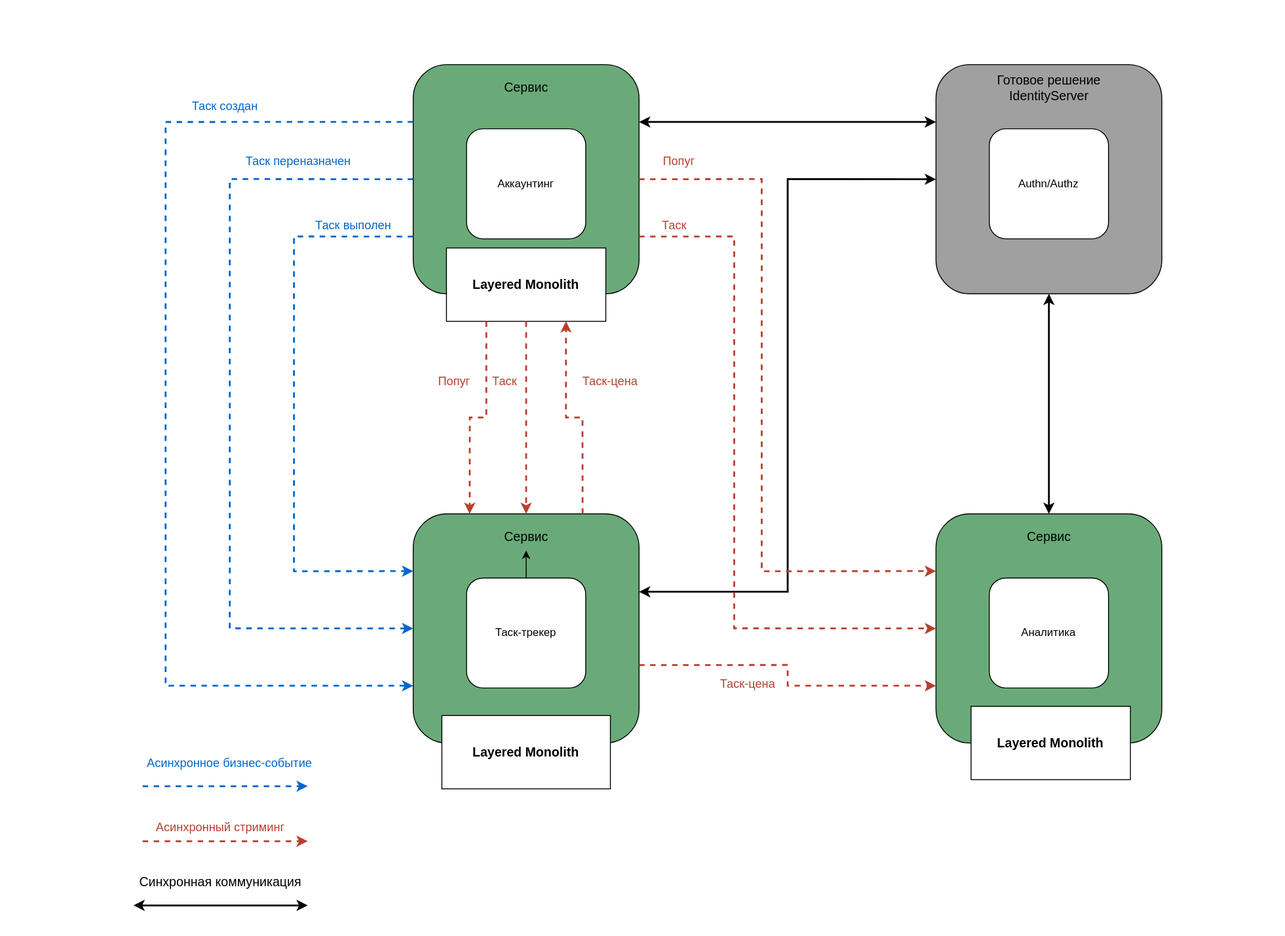
Before: docs/architecture.svg, a diagram exported from draw.io (nomba/ates). Source tidied: cells renumbered, new cells last; positions are measured from the earlier drawing's top-left corner, leaving out a move shared by most shapes. Its diagram source:
```xml
<mxGraphModel background="#ffffff">
  <root>
    <mxCell id="0" />
    <mxCell id="1" parent="0" />
    <mxCell id="2" style="rounded=0;whiteSpace=wrap;html=1;strokeColor=none;fillColor=none;" parent="1" vertex="1">
      <mxGeometry x="1350" y="970" width="50" height="50" as="geometry" />
    </mxCell>
    <mxCell id="3" style="rounded=0;whiteSpace=wrap;html=1;strokeColor=none;fillColor=none;" parent="1" vertex="1">
      <mxGeometry width="50" height="50" as="geometry" />
    </mxCell>
    <mxCell id="4" style="group;" parent="1" vertex="1">
      <mxGeometry x="1020" y="70" width="246.2" height="250" as="geometry" />
    </mxCell>
    <mxCell id="5" style="rounded=1;whiteSpace=wrap;html=1;fillColor=#a0a0a0;" parent="4" vertex="1">
      <mxGeometry width="246.2" height="250" as="geometry" />
    </mxCell>
    <mxCell id="6" value="Authn/Authz" style="rounded=1;whiteSpace=wrap;html=1;" parent="4" vertex="1">
      <mxGeometry x="58.1" y="70" width="130" height="120" as="geometry" />
    </mxCell>
    <mxCell id="7" value="Готовое решение&lt;br&gt;IdentityServer" style="text;html=1;strokeColor=none;fillColor=none;align=center;verticalAlign=middle;whiteSpace=wrap;rounded=0;fontSize=14;fontStyle=0;" parent="4" vertex="1">
      <mxGeometry x="45.6" y="10" width="155" height="30" as="geometry" />
    </mxCell>
    <mxCell id="8" style="group;" parent="1" vertex="1">
      <mxGeometry x="450" y="70" width="246.2" height="290" as="geometry" />
    </mxCell>
    <mxCell id="9" style="rounded=1;whiteSpace=wrap;html=1;fillColor=#6aaa78;" parent="8" vertex="1">
      <mxGeometry width="246.2" height="250" as="geometry" />
    </mxCell>
    <mxCell id="10" value="Аккаунтинг" style="rounded=1;whiteSpace=wrap;html=1;" parent="8" vertex="1">
      <mxGeometry x="58.1" y="70" width="130" height="120" as="geometry" />
    </mxCell>
    <mxCell id="11" value="Сервис" style="text;html=1;strokeColor=none;fillColor=none;align=center;verticalAlign=middle;whiteSpace=wrap;rounded=0;fontSize=14;fontStyle=0;" parent="8" vertex="1">
      <mxGeometry x="45.6" y="10" width="155" height="30" as="geometry" />
    </mxCell>
    <mxCell id="12" value="&lt;b&gt;Layered Monolith&lt;/b&gt;" style="rounded=0;whiteSpace=wrap;html=1;fontSize=14;" parent="8" vertex="1">
      <mxGeometry x="36.3" y="200" width="173.8" height="80" as="geometry" />
    </mxCell>
    <mxCell id="13" style="group;" parent="1" vertex="1">
      <mxGeometry x="450" y="560" width="246.2" height="290" as="geometry" />
    </mxCell>
    <mxCell id="14" style="rounded=1;whiteSpace=wrap;html=1;fillColor=#6aaa78;points=[[0,0,0,0,0],[0,0.25,0,0,0],[0,0.5,0,0,0],[0,0.75,0,0,0],[0.25,0,0,0,0],[0.25,1,0,0,0],[0.5,0,0,0,0],[0.5,1,0,0,0],[0.75,0,0,0,0],[0.75,1,0,0,0],[1,0,0,0,0],[1,0.25,0,0,0],[1,0.34,0,0,0],[1,0.5,0,0,0],[1,0.66,0,0,0],[1,0.76,0,0,0]];" parent="13" vertex="1">
      <mxGeometry width="246.2" height="250" as="geometry" />
    </mxCell>
    <mxCell id="15" style="edgeStyle=orthogonalEdgeStyle;rounded=0;jettySize=auto;html=1;" parent="13" edge="1" source="16" target="17">
      <mxGeometry relative="1" as="geometry" />
    </mxCell>
    <mxCell id="16" value="Таск-трекер" style="rounded=1;whiteSpace=wrap;html=1;" parent="13" vertex="1">
      <mxGeometry x="58.1" y="70" width="130" height="120" as="geometry" />
    </mxCell>
    <mxCell id="17" value="Сервис" style="text;html=1;strokeColor=none;fillColor=none;align=center;verticalAlign=middle;whiteSpace=wrap;rounded=0;fontSize=14;fontStyle=0;" parent="13" vertex="1">
      <mxGeometry x="45.6" y="10" width="155" height="30" as="geometry" />
    </mxCell>
    <mxCell id="18" value="&lt;b style=&quot;border-color: var(--border-color);&quot;&gt;Layered Monolith&lt;/b&gt;" style="rounded=0;whiteSpace=wrap;html=1;fontSize=14;" parent="13" vertex="1">
      <mxGeometry x="31.3" y="220" width="183.7" height="80" as="geometry" />
    </mxCell>
    <mxCell id="19" style="group;" parent="1" vertex="1">
      <mxGeometry x="1020" y="560" width="246.2" height="290" as="geometry" />
    </mxCell>
    <mxCell id="20" style="group;" parent="19" vertex="1">
      <mxGeometry width="246.2" height="250" as="geometry" />
    </mxCell>
    <mxCell id="21" style="rounded=1;whiteSpace=wrap;html=1;fillColor=#6aaa78;points=[[0,0,0,0,0],[0,0.25,0,0,0],[0,0.35,0,0,0],[0,0.5,0,0,0],[0,0.75,0,0,0],[0.25,0,0,0,0],[0.25,1,0,0,0],[0.5,0,0,0,0],[0.5,1,0,0,0],[0.75,0,0,0,0],[0.75,1,0,0,0],[1,0,0,0,0],[1,0.25,0,0,0],[1,0.5,0,0,0],[1,0.75,0,0,0],[1,1,0,0,0]];" parent="20" vertex="1">
      <mxGeometry width="246.2" height="250" as="geometry" />
    </mxCell>
    <mxCell id="22" value="Аналитика" style="rounded=1;whiteSpace=wrap;html=1;" parent="20" vertex="1">
      <mxGeometry x="58.1" y="70" width="130" height="120" as="geometry" />
    </mxCell>
    <mxCell id="23" value="Сервис" style="text;html=1;strokeColor=none;fillColor=none;align=center;verticalAlign=middle;whiteSpace=wrap;rounded=0;fontSize=14;fontStyle=0;" parent="20" vertex="1">
      <mxGeometry x="45.6" y="10" width="155" height="30" as="geometry" />
    </mxCell>
    <mxCell id="24" value="&lt;b&gt;Layered Monolith&lt;/b&gt;&lt;br style=&quot;font-size: 14px;&quot;&gt;" style="rounded=0;whiteSpace=wrap;html=1;fontSize=14;" parent="19" vertex="1">
      <mxGeometry x="38.2" y="210" width="173.8" height="80" as="geometry" />
    </mxCell>
    <mxCell id="25" value="Таск выполен" style="text;html=1;strokeColor=none;fillColor=none;align=center;verticalAlign=middle;whiteSpace=wrap;rounded=0;fontColor=#0066CC;fontSize=13;rotation=0;" parent="1" vertex="1">
      <mxGeometry x="310" y="230" width="150" height="30" as="geometry" />
    </mxCell>
    <mxCell id="26" style="edgeStyle=orthogonalEdgeStyle;rounded=0;jettySize=auto;html=1;exitX=0;exitY=0.75;exitDx=0;exitDy=0;entryX=0;entryY=0.25;entryDx=0;entryDy=0;strokeWidth=2;strokeColor=#0066CC;dashed=1;entryPerimeter=0;" parent="1" edge="1" source="9" target="14">
      <mxGeometry relative="1" as="geometry">
        <Array as="points">
          <mxPoint x="320" y="258" />
          <mxPoint x="320" y="623" />
        </Array>
      </mxGeometry>
    </mxCell>
    <mxCell id="27" style="edgeStyle=orthogonalEdgeStyle;rounded=0;jettySize=auto;html=1;strokeWidth=2;strokeColor=#b74030;dashed=1;exitX=0.25;exitY=1;exitDx=0;exitDy=0;entryX=0.25;entryY=0;entryDx=0;entryDy=0;entryPerimeter=0;" parent="1" edge="1" source="12" target="14">
      <mxGeometry relative="1" as="geometry" />
    </mxCell>
    <mxCell id="28" value="Попуг" style="text;html=1;strokeColor=none;fillColor=none;align=center;verticalAlign=middle;whiteSpace=wrap;rounded=0;fontColor=#b74030;fontSize=13;rotation=0;" parent="1" vertex="1">
      <mxGeometry x="420" y="400" width="150" height="30" as="geometry" />
    </mxCell>
    <mxCell id="29" style="edgeStyle=orthogonalEdgeStyle;rounded=0;jettySize=auto;html=1;strokeWidth=2;strokeColor=#b74030;dashed=1;exitX=1;exitY=0.66;exitDx=0;exitDy=0;exitPerimeter=0;entryX=0;entryY=0.75;entryDx=0;entryDy=0;entryPerimeter=0;" parent="1" edge="1" source="14" target="21">
      <mxGeometry relative="1" as="geometry" />
    </mxCell>
    <mxCell id="30" value="Таск-цена" style="text;html=1;strokeColor=none;fillColor=none;align=center;verticalAlign=middle;whiteSpace=wrap;rounded=0;fontColor=#b74030;fontSize=13;rotation=0;" parent="1" vertex="1">
      <mxGeometry x="740" y="730" width="150" height="30" as="geometry" />
    </mxCell>
    <mxCell id="31" style="rounded=0;jettySize=auto;html=1;exitX=1;exitY=0.25;exitDx=0;exitDy=0;entryX=0;entryY=0.25;entryDx=0;entryDy=0;strokeWidth=2;startArrow=classic;startFill=1;edgeStyle=orthogonalEdgeStyle;" parent="1" edge="1" source="9" target="5">
      <mxGeometry relative="1" as="geometry" />
    </mxCell>
    <mxCell id="32" style="rounded=0;jettySize=auto;html=1;exitX=0.5;exitY=1;exitDx=0;exitDy=0;entryX=0.5;entryY=0;entryDx=0;entryDy=0;strokeWidth=2;startArrow=classic;startFill=1;edgeStyle=orthogonalEdgeStyle;entryPerimeter=0;" parent="1" edge="1" source="5" target="21">
      <mxGeometry relative="1" as="geometry" />
    </mxCell>
    <mxCell id="33" style="rounded=0;jettySize=auto;html=1;exitX=1;exitY=0.34;exitDx=0;exitDy=0;entryX=0;entryY=0.5;entryDx=0;entryDy=0;strokeWidth=2;startArrow=classic;startFill=1;edgeStyle=orthogonalEdgeStyle;exitPerimeter=0;" parent="1" edge="1" source="14" target="5">
      <mxGeometry relative="1" as="geometry" />
    </mxCell>
    <mxCell id="34" style="edgeStyle=orthogonalEdgeStyle;rounded=0;jettySize=auto;html=1;exitX=0;exitY=0.25;exitDx=0;exitDy=0;entryX=0;entryY=0.75;entryDx=0;entryDy=0;strokeWidth=2;strokeColor=#0066CC;dashed=1;entryPerimeter=0;" parent="1" edge="1" source="9" target="14">
      <mxGeometry relative="1" as="geometry">
        <Array as="points">
          <mxPoint x="180" y="133" />
          <mxPoint x="180" y="748" />
        </Array>
      </mxGeometry>
    </mxCell>
    <mxCell id="35" value="Таск создан" style="text;html=1;strokeColor=none;fillColor=none;align=center;verticalAlign=middle;whiteSpace=wrap;rounded=0;fontColor=#0066CC;fontSize=13;rotation=0;" parent="1" vertex="1">
      <mxGeometry x="170" y="100" width="150" height="30" as="geometry" />
    </mxCell>
    <mxCell id="36" style="edgeStyle=orthogonalEdgeStyle;rounded=0;jettySize=auto;html=1;exitX=0;exitY=0.5;exitDx=0;exitDy=0;entryX=0;entryY=0.5;entryDx=0;entryDy=0;strokeWidth=2;strokeColor=#0066CC;dashed=1;entryPerimeter=0;" parent="1" edge="1" source="9" target="14">
      <mxGeometry relative="1" as="geometry">
        <Array as="points">
          <mxPoint x="250" y="195" />
          <mxPoint x="250" y="685" />
        </Array>
      </mxGeometry>
    </mxCell>
    <mxCell id="37" value="Таск переназначен" style="text;html=1;strokeColor=none;fillColor=none;align=center;verticalAlign=middle;whiteSpace=wrap;rounded=0;fontColor=#0066CC;fontSize=13;rotation=0;" parent="1" vertex="1">
      <mxGeometry x="250" y="160" width="150" height="30" as="geometry" />
    </mxCell>
    <mxCell id="38" style="edgeStyle=orthogonalEdgeStyle;rounded=0;jettySize=auto;html=1;strokeWidth=2;strokeColor=#b74030;dashed=1;entryX=0.5;entryY=0;entryDx=0;entryDy=0;entryPerimeter=0;exitX=0.5;exitY=1;exitDx=0;exitDy=0;" parent="1" edge="1" source="12" target="14">
      <mxGeometry relative="1" as="geometry" />
    </mxCell>
    <mxCell id="39" value="Таск" style="text;html=1;strokeColor=none;fillColor=none;align=center;verticalAlign=middle;whiteSpace=wrap;rounded=0;fontColor=#b74030;fontSize=13;rotation=0;" parent="1" vertex="1">
      <mxGeometry x="510" y="400" width="80" height="30" as="geometry" />
    </mxCell>
    <mxCell id="40" style="edgeStyle=orthogonalEdgeStyle;rounded=0;jettySize=auto;html=1;strokeWidth=2;strokeColor=#b74030;dashed=1;entryX=0.75;entryY=1;entryDx=0;entryDy=0;exitX=0.75;exitY=0;exitDx=0;exitDy=0;exitPerimeter=0;" parent="1" edge="1" source="14" target="12">
      <mxGeometry relative="1" as="geometry" />
    </mxCell>
    <mxCell id="41" value="Таск-цена" style="text;html=1;strokeColor=none;fillColor=none;align=center;verticalAlign=middle;whiteSpace=wrap;rounded=0;fontColor=#b74030;fontSize=13;rotation=0;" parent="1" vertex="1">
      <mxGeometry x="620" y="400" width="90" height="30" as="geometry" />
    </mxCell>
    <mxCell id="42" style="edgeStyle=orthogonalEdgeStyle;rounded=0;jettySize=auto;html=1;strokeWidth=2;strokeColor=#b74030;dashed=1;entryX=0;entryY=0.5;entryDx=0;entryDy=0;entryPerimeter=0;exitX=1;exitY=0.75;exitDx=0;exitDy=0;" parent="1" edge="1" source="9" target="21">
      <mxGeometry relative="1" as="geometry">
        <Array as="points">
          <mxPoint x="800" y="258" />
          <mxPoint x="800" y="685" />
        </Array>
      </mxGeometry>
    </mxCell>
    <mxCell id="43" style="edgeStyle=orthogonalEdgeStyle;rounded=0;jettySize=auto;html=1;strokeWidth=2;strokeColor=#b74030;dashed=1;entryX=0;entryY=0.25;entryDx=0;entryDy=0;entryPerimeter=0;exitX=1;exitY=0.5;exitDx=0;exitDy=0;" parent="1" edge="1" source="9" target="21">
      <mxGeometry relative="1" as="geometry">
        <Array as="points">
          <mxPoint x="830" y="195" />
          <mxPoint x="830" y="623" />
        </Array>
      </mxGeometry>
    </mxCell>
    <mxCell id="44" value="Таск" style="text;html=1;strokeColor=none;fillColor=none;align=center;verticalAlign=middle;whiteSpace=wrap;rounded=0;fontColor=#b74030;fontSize=13;rotation=0;" parent="1" vertex="1">
      <mxGeometry x="660" y="230" width="150" height="30" as="geometry" />
    </mxCell>
    <mxCell id="45" value="Попуг" style="text;html=1;strokeColor=none;fillColor=none;align=center;verticalAlign=middle;whiteSpace=wrap;rounded=0;fontColor=#b74030;fontSize=13;rotation=0;" parent="1" vertex="1">
      <mxGeometry x="710" y="160" width="60" height="30" as="geometry" />
    </mxCell>
    <mxCell id="46" style="rounded=0;orthogonalLoop=1;jettySize=auto;html=1;strokeWidth=2;strokeColor=#0066CC;dashed=1;" parent="1" edge="1">
      <mxGeometry relative="1" as="geometry">
        <mxPoint x="155" y="857.1" as="sourcePoint" />
        <mxPoint x="335" y="857.1" as="targetPoint" />
      </mxGeometry>
    </mxCell>
    <mxCell id="47" value="Асинхронное бизнес-событие" style="text;html=1;strokeColor=none;fillColor=none;align=center;verticalAlign=middle;whiteSpace=wrap;rounded=0;fontColor=#0066CC;fontSize=13;rotation=0;" parent="1" vertex="1">
      <mxGeometry x="155" y="817.1" width="190" height="30" as="geometry" />
    </mxCell>
    <mxCell id="48" style="rounded=0;orthogonalLoop=1;jettySize=auto;html=1;strokeWidth=2;strokeColor=#b74030;dashed=1;" parent="1" edge="1">
      <mxGeometry relative="1" as="geometry">
        <mxPoint x="155" y="917.1" as="sourcePoint" />
        <mxPoint x="335" y="917.1" as="targetPoint" />
      </mxGeometry>
    </mxCell>
    <mxCell id="49" value="Асинхронный стриминг" style="text;html=1;strokeColor=none;fillColor=none;align=center;verticalAlign=middle;whiteSpace=wrap;rounded=0;fontColor=#b74030;fontSize=13;rotation=0;" parent="1" vertex="1">
      <mxGeometry x="165" y="887.1" width="150" height="30" as="geometry" />
    </mxCell>
    <mxCell id="50" style="rounded=0;orthogonalLoop=1;jettySize=auto;html=1;strokeWidth=2;startArrow=classic;startFill=1;" parent="1" edge="1">
      <mxGeometry relative="1" as="geometry">
        <mxPoint x="145" y="987.1" as="sourcePoint" />
        <mxPoint x="335" y="987.1" as="targetPoint" />
      </mxGeometry>
    </mxCell>
    <mxCell id="51" value="Синхронная коммуникация" style="text;html=1;strokeColor=none;fillColor=none;align=center;verticalAlign=middle;whiteSpace=wrap;rounded=0;fontSize=14;fontStyle=0;" parent="1" vertex="1">
      <mxGeometry x="145" y="947.1" width="190" height="30" as="geometry" />
    </mxCell>
  </root>
</mxGraphModel>
```
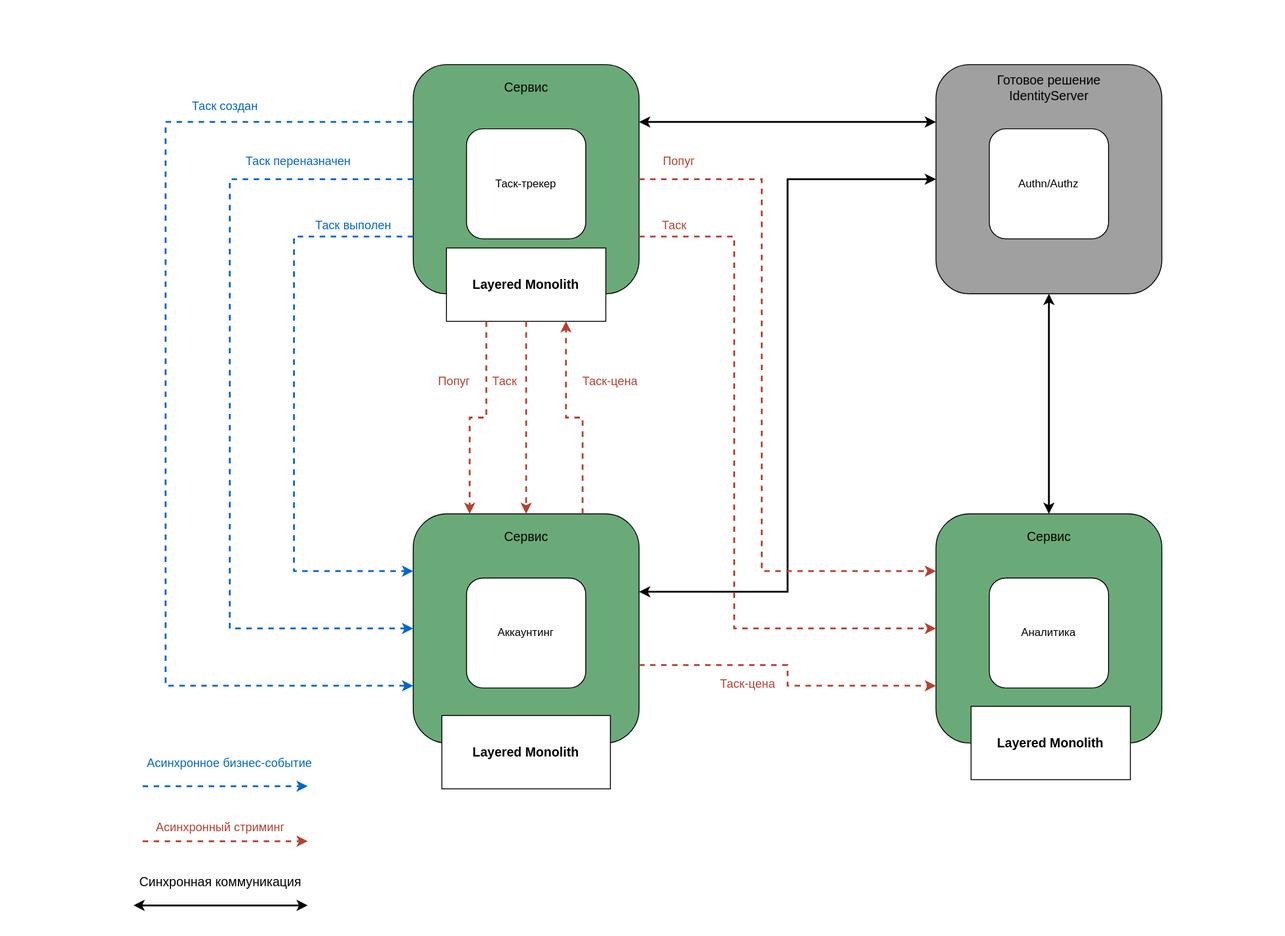
The same diagram one commit later.

Commit message:
Fix wrong services naming :bug:

Change to the diagram source:
```diff
@@ -26,7 +26,7 @@
     <mxCell id="9" style="rounded=1;whiteSpace=wrap;html=1;fillColor=#6aaa78;" parent="8" vertex="1">
       <mxGeometry width="246.2" height="250" as="geometry" />
     </mxCell>
-    <mxCell id="10" value="Аккаунтинг" style="rounded=1;whiteSpace=wrap;html=1;" parent="8" vertex="1">
+    <mxCell id="10" value="Таск-трекер" style="rounded=1;whiteSpace=wrap;html=1;" parent="8" vertex="1">
       <mxGeometry x="58.1" y="70" width="130" height="120" as="geometry" />
     </mxCell>
     <mxCell id="11" value="Сервис" style="text;html=1;strokeColor=none;fillColor=none;align=center;verticalAlign=middle;whiteSpace=wrap;rounded=0;fontSize=14;fontStyle=0;" parent="8" vertex="1">
@@ -41,10 +41,7 @@
     <mxCell id="14" style="rounded=1;whiteSpace=wrap;html=1;fillColor=#6aaa78;points=[[0,0,0,0,0],[0,0.25,0,0,0],[0,0.5,0,0,0],[0,0.75,0,0,0],[0.25,0,0,0,0],[0.25,1,0,0,0],[0.5,0,0,0,0],[0.5,1,0,0,0],[0.75,0,0,0,0],[0.75,1,0,0,0],[1,0,0,0,0],[1,0.25,0,0,0],[1,0.34,0,0,0],[1,0.5,0,0,0],[1,0.66,0,0,0],[1,0.76,0,0,0]];" parent="13" vertex="1">
       <mxGeometry width="246.2" height="250" as="geometry" />
     </mxCell>
-    <mxCell id="15" style="edgeStyle=orthogonalEdgeStyle;rounded=0;jettySize=auto;html=1;" parent="13" edge="1" source="16" target="17">
-      <mxGeometry relative="1" as="geometry" />
-    </mxCell>
-    <mxCell id="16" value="Таск-трекер" style="rounded=1;whiteSpace=wrap;html=1;" parent="13" vertex="1">
+    <mxCell id="16" value="Аккаунтинг" style="rounded=1;whiteSpace=wrap;html=1;" parent="13" vertex="1">
       <mxGeometry x="58.1" y="70" width="130" height="120" as="geometry" />
     </mxCell>
     <mxCell id="17" value="Сервис" style="text;html=1;strokeColor=none;fillColor=none;align=center;verticalAlign=middle;whiteSpace=wrap;rounded=0;fontSize=14;fontStyle=0;" parent="13" vertex="1">
```
